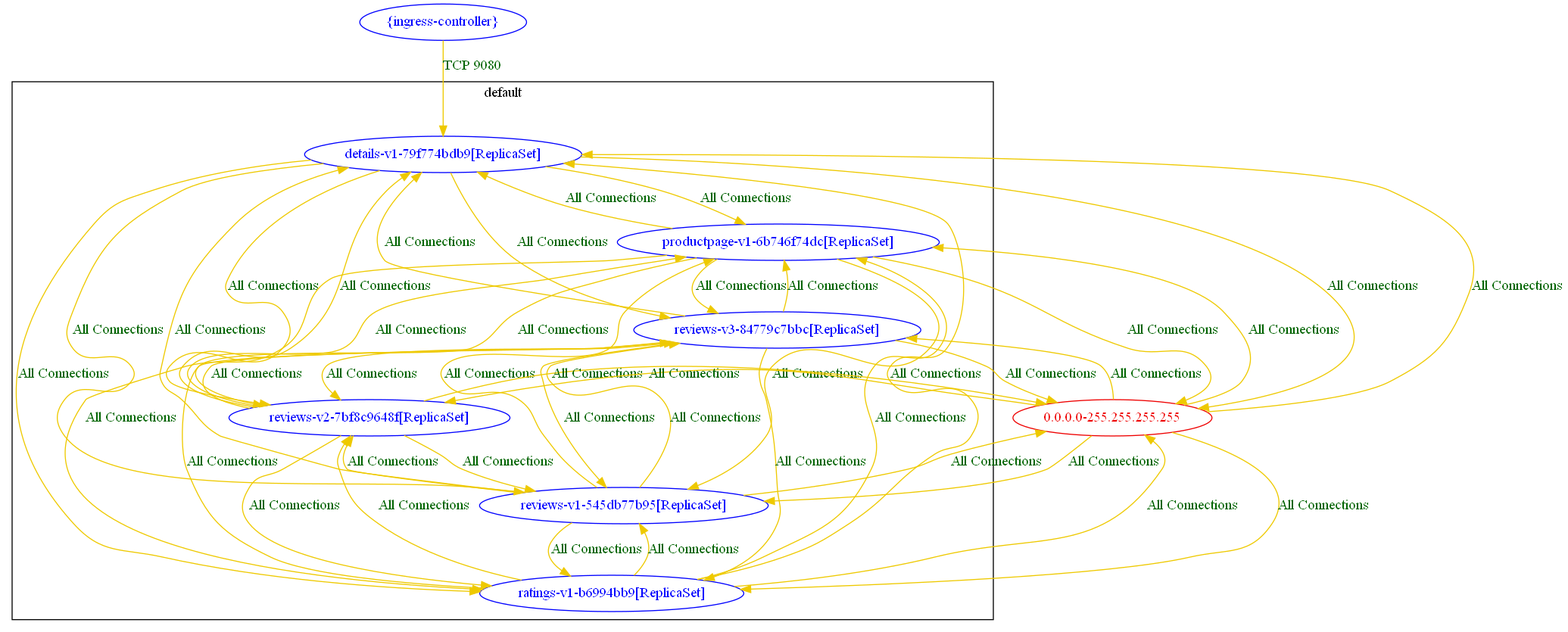
Before: test_outputs/connlist/k8s_ingress_test_connlist_output.dot.png, a diagram exported from Graphviz (np-guard/netpol-analyzer). Its source is kept beside it as test_outputs/connlist/k8s_ingress_test_connlist_output.dot.
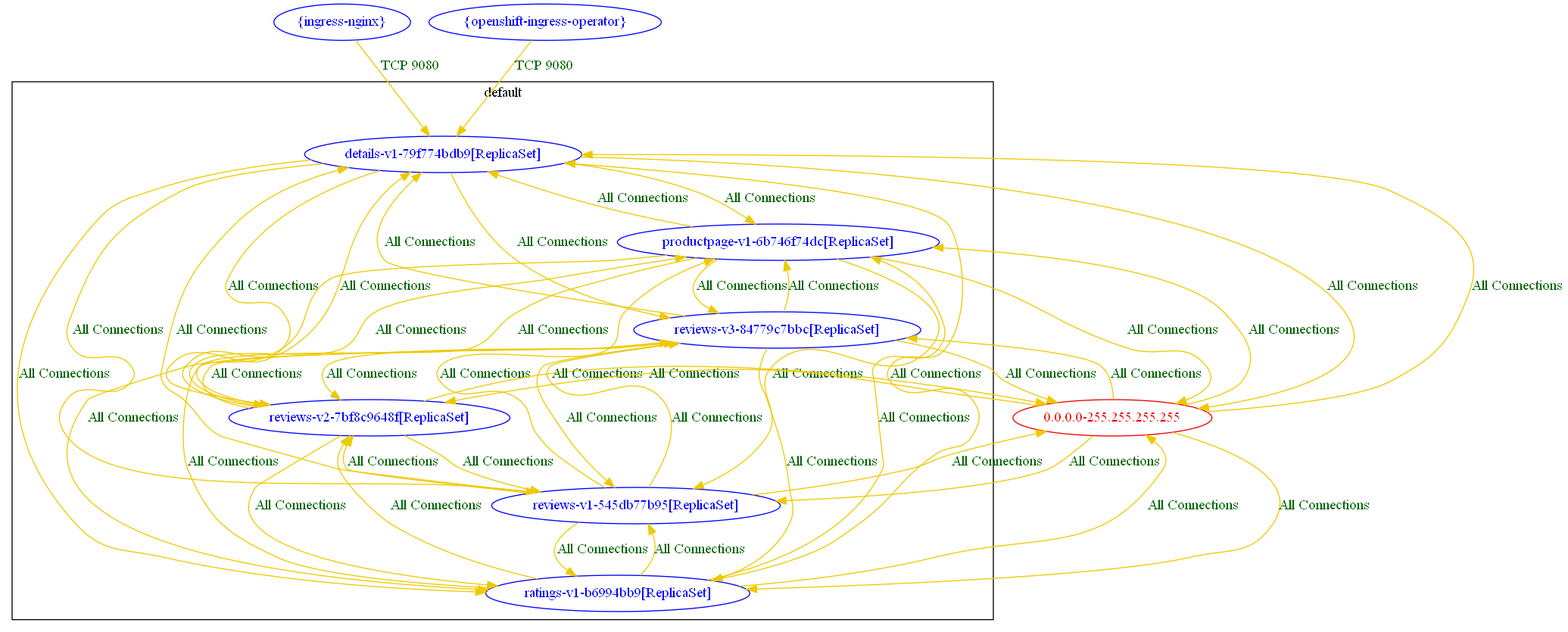
After the change.

Change to the diagram source:
```diff
@@ -9,7 +9,8 @@
 		label="default"
 	}
 	"0.0.0.0-255.255.255.255" [label="0.0.0.0-255.255.255.255" color="red2" fontcolor="red2"]
-	"{ingress-controller}" [label="{ingress-controller}" color="blue" fontcolor="blue"]
+	"{ingress-nginx}" [label="{ingress-nginx}" color="blue" fontcolor="blue"]
+	"{openshift-ingress-operator}" [label="{openshift-ingress-operator}" color="blue" fontcolor="blue"]
 	"0.0.0.0-255.255.255.255" -> "details-v1-79f774bdb9[ReplicaSet]" [label="All Connections" color="gold2" fontcolor="darkgreen"]
 	"0.0.0.0-255.255.255.255" -> "productpage-v1-6b746f74dc[ReplicaSet]" [label="All Connections" color="gold2" fontcolor="darkgreen"]
 	"0.0.0.0-255.255.255.255" -> "ratings-v1-b6994bb9[ReplicaSet]" [label="All Connections" color="gold2" fontcolor="darkgreen"]
@@ -52,5 +53,6 @@
 	"reviews-v3-84779c7bbc[ReplicaSet]" -> "ratings-v1-b6994bb9[ReplicaSet]" [label="All Connections" color="gold2" fontcolor="darkgreen"]
 	"reviews-v3-84779c7bbc[ReplicaSet]" -> "reviews-v1-545db77b95[ReplicaSet]" [label="All Connections" color="gold2" fontcolor="darkgreen"]
 	"reviews-v3-84779c7bbc[ReplicaSet]" -> "reviews-v2-7bf8c9648f[ReplicaSet]" [label="All Connections" color="gold2" fontcolor="darkgreen"]
-	"{ingress-controller}" -> "details-v1-79f774bdb9[ReplicaSet]" [label="TCP 9080" color="gold2" fontcolor="darkgreen"]
+	"{ingress-nginx}" -> "details-v1-79f774bdb9[ReplicaSet]" [label="TCP 9080" color="gold2" fontcolor="darkgreen"]
+	"{openshift-ingress-operator}" -> "details-v1-79f774bdb9[ReplicaSet]" [label="TCP 9080" color="gold2" fontcolor="darkgreen"]
 }
```
